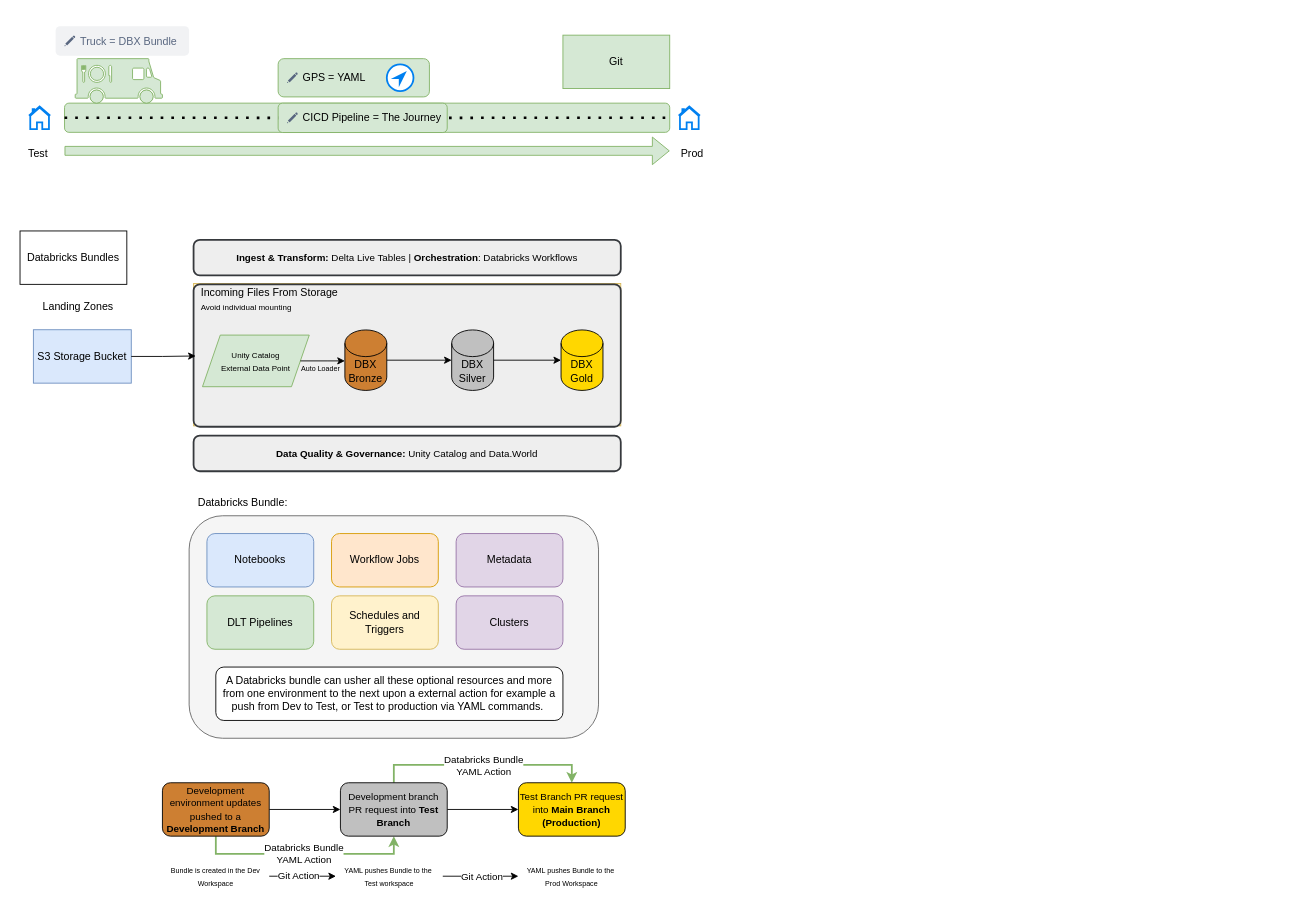
Earlier version of the draw.io diagram page "Bundle Diagram & CICD" (2 of 2) of draw.io/CareConvene.drawio (jadkinsgr/DesignResources). Source tidied: cells renumbered, new cells numbered last; positions are measured from the earlier drawing's top-left corner, leaving out a move shared by most shapes. Both pictures are drawn from the tidied source at 89%, with x=0, y=0 at pixel (15, 26).
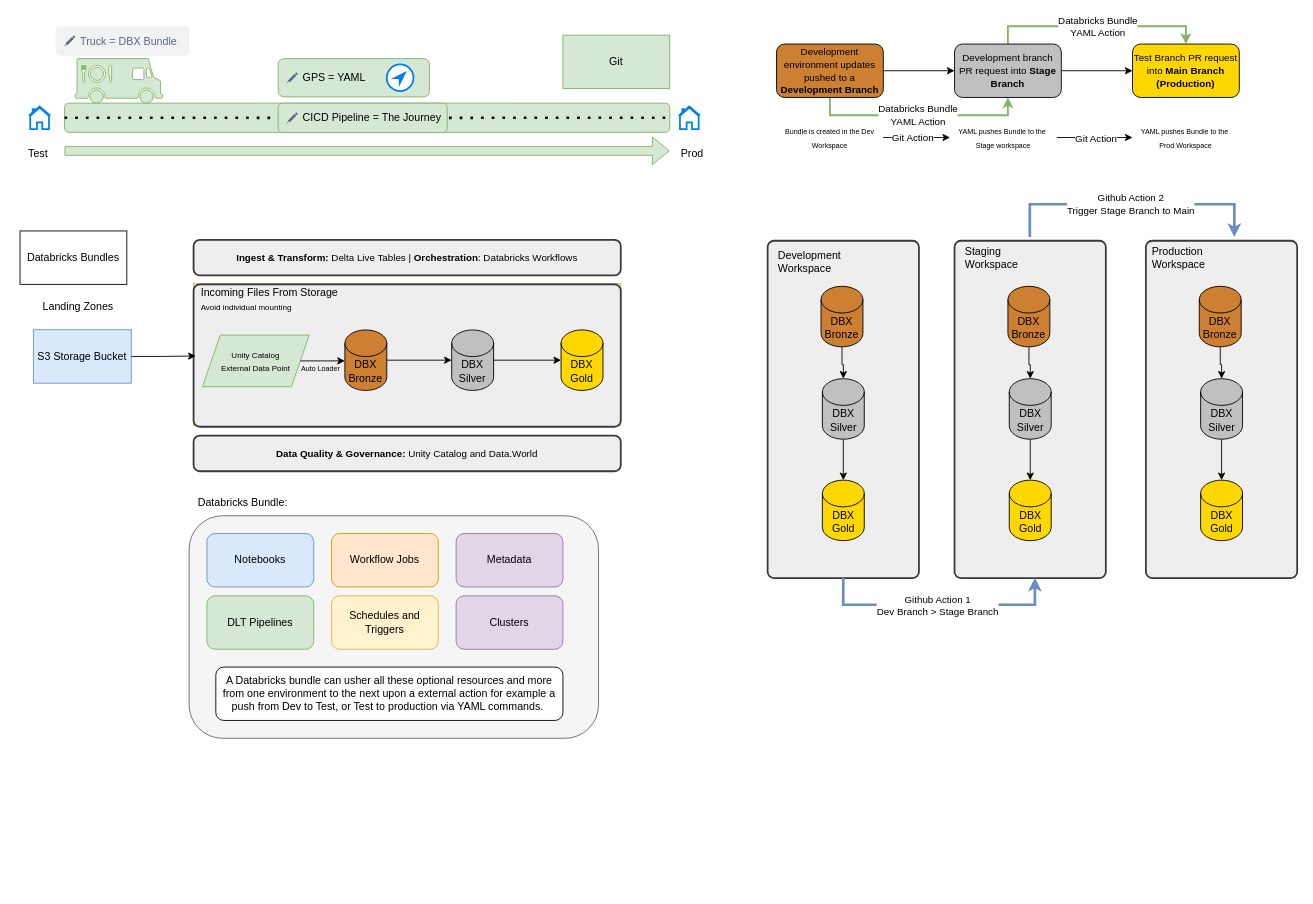
After the change.

Change to the diagram source:
```diff
@@
     <mxCell id="29" style="edgeStyle=orthogonalEdgeStyle;rounded=0;jettySize=auto;html=1;entryX=0.5;entryY=1;entryDx=0;entryDy=0;fillColor=#d5e8d4;strokeColor=#82b366;strokeWidth=2;" parent="1" edge="1" source="31" target="35">
       <mxGeometry relative="1" as="geometry">
         <Array as="points">
-          <mxPoint x="225" y="930" />
-          <mxPoint x="425" y="930" />
+          <mxPoint x="915" y="100" />
+          <mxPoint x="1115" y="100" />
         </Array>
       </mxGeometry>
     </mxCell>
@@
     <mxCell id="31" value="&lt;font style=&quot;font-size: 11px;&quot;&gt;Development environment updates pushed to a &lt;b&gt;Development Branch&lt;/b&gt;&lt;/font&gt;" style="rounded=1;whiteSpace=wrap;html=1;fillColor=light-dark(#CD7F32,#000000);" parent="1" vertex="1">
-      <mxGeometry x="165" y="850" width="120" height="60" as="geometry" />
+      <mxGeometry x="855" y="20" width="120" height="60" as="geometry" />
     </mxCell>
@@
     <mxCell id="33" style="edgeStyle=orthogonalEdgeStyle;rounded=0;jettySize=auto;html=1;entryX=0.5;entryY=0;entryDx=0;entryDy=0;strokeWidth=2;fillColor=#d5e8d4;strokeColor=#82b366;" parent="1" edge="1" source="35" target="36">
       <mxGeometry relative="1" as="geometry">
         <Array as="points">
-          <mxPoint x="425" y="830" />
-          <mxPoint x="625" y="830" />
+          <mxPoint x="1115" />
+          <mxPoint x="1315" />
         </Array>
       </mxGeometry>
     </mxCell>
@@
-    <mxCell id="35" value="&lt;font style=&quot;font-size: 11px;&quot;&gt;Development branch PR request into &lt;b&gt;Test Branch&lt;/b&gt;&lt;/font&gt;" style="whiteSpace=wrap;html=1;rounded=1;fillColor=light-dark(#C0C0C0,#000000);" parent="1" vertex="1">
-      <mxGeometry x="365" y="850" width="120" height="60" as="geometry" />
+    <mxCell id="35" value="&lt;font style=&quot;font-size: 11px;&quot;&gt;Development branch PR request into &lt;b&gt;Stage Branch&lt;/b&gt;&lt;/font&gt;" style="whiteSpace=wrap;html=1;rounded=1;fillColor=light-dark(#C0C0C0,#000000);" parent="1" vertex="1">
+      <mxGeometry x="1055" y="20" width="120" height="60" as="geometry" />
     </mxCell>
     <mxCell id="36" value="&lt;font style=&quot;font-size: 11px;&quot;&gt;Test Branch PR request into &lt;b&gt;Main Branch (Production)&lt;/b&gt;&lt;/font&gt;" style="whiteSpace=wrap;html=1;rounded=1;fillColor=light-dark(#FFD700,#000000);" parent="1" vertex="1">
-      <mxGeometry x="565" y="850" width="120" height="60" as="geometry" />
+      <mxGeometry x="1255" y="20" width="120" height="60" as="geometry" />
     </mxCell>
@@
     <mxCell id="39" value="&lt;font style=&quot;font-size: 8px;&quot;&gt;Bundle is created in the Dev Workspace&lt;/font&gt;" style="text;html=1;align=center;verticalAlign=middle;whiteSpace=wrap;rounded=0;" parent="1" vertex="1">
-      <mxGeometry x="165" y="940" width="120" height="30" as="geometry" />
+      <mxGeometry x="855" y="110" width="120" height="30" as="geometry" />
     </mxCell>
@@
-    <mxCell id="42" value="&lt;font style=&quot;font-size: 8px;&quot;&gt;YAML pushes Bundle to the&amp;nbsp;&lt;br&gt;Test workspace&lt;/font&gt;" style="text;html=1;align=center;verticalAlign=middle;whiteSpace=wrap;rounded=0;" parent="1" vertex="1">
-      <mxGeometry x="360" y="940" width="120" height="30" as="geometry" />
+    <mxCell id="42" value="&lt;font style=&quot;font-size: 8px;&quot;&gt;YAML pushes Bundle to the&amp;nbsp;&lt;br&gt;Stage workspace&lt;/font&gt;" style="text;html=1;align=center;verticalAlign=middle;whiteSpace=wrap;rounded=0;" parent="1" vertex="1">
+      <mxGeometry x="1050" y="110" width="120" height="30" as="geometry" />
     </mxCell>
     <mxCell id="43" value="&lt;font style=&quot;font-size: 8px;&quot;&gt;YAML pushes Bundle to the&amp;nbsp;&lt;br&gt;Prod Workspace&lt;/font&gt;" style="text;html=1;align=center;verticalAlign=middle;whiteSpace=wrap;rounded=0;" parent="1" vertex="1">
-      <mxGeometry x="565" y="940" width="120" height="30" as="geometry" />
+      <mxGeometry x="1255" y="110" width="120" height="30" as="geometry" />
     </mxCell>
@@
+    <mxCell id="61" style="rounded=1;whiteSpace=wrap;html=1;absoluteArcSize=1;arcSize=14;strokeWidth=2;fillColor=#eeeeee;strokeColor=#36393d;" parent="1" vertex="1">
+      <mxGeometry x="845" y="241" width="170" height="379" as="geometry" />
+    </mxCell>
+    <mxCell id="62" style="edgeStyle=orthogonalEdgeStyle;rounded=0;jettySize=auto;html=1;flowAnimation=1;" parent="1" edge="1" source="63" target="65">
+      <mxGeometry relative="1" as="geometry" />
+    </mxCell>
+    <mxCell id="63" value="DBX&lt;br&gt;Bronze" style="shape=cylinder3;whiteSpace=wrap;html=1;boundedLbl=1;backgroundOutline=1;size=15;fillColor=light-dark(#CD7F32,var(--ge-dark-color, #121212));" parent="1" vertex="1">
+      <mxGeometry x="905" y="292.2" width="47.1" height="68" as="geometry" />
+    </mxCell>
+    <mxCell id="64" style="edgeStyle=orthogonalEdgeStyle;rounded=0;jettySize=auto;html=1;flowAnimation=1;" parent="1" edge="1" source="65" target="66">
+      <mxGeometry relative="1" as="geometry" />
+    </mxCell>
+    <mxCell id="65" value="DBX&lt;br&gt;Silver" style="shape=cylinder3;whiteSpace=wrap;html=1;boundedLbl=1;backgroundOutline=1;size=15;fillColor=light-dark(#C0C0C0,var(--ge-dark-color, #121212));" parent="1" vertex="1">
+      <mxGeometry x="906.5" y="396" width="47.1" height="68" as="geometry" />
+    </mxCell>
+    <mxCell id="66" value="DBX&lt;br&gt;Gold" style="shape=cylinder3;whiteSpace=wrap;html=1;boundedLbl=1;backgroundOutline=1;size=15;fillColor=light-dark(#FFD700,var(--ge-dark-color, #121212));" parent="1" vertex="1">
+      <mxGeometry x="906.5" y="510" width="47.1" height="68" as="geometry" />
+    </mxCell>
+    <mxCell id="67" style="rounded=1;whiteSpace=wrap;html=1;absoluteArcSize=1;arcSize=14;strokeWidth=2;fillColor=#eeeeee;strokeColor=#36393d;" parent="1" vertex="1">
+      <mxGeometry x="1055" y="241" width="170" height="379" as="geometry" />
+    </mxCell>
+    <mxCell id="68" style="edgeStyle=orthogonalEdgeStyle;rounded=0;jettySize=auto;html=1;flowAnimation=1;" parent="1" edge="1" source="69" target="71">
+      <mxGeometry relative="1" as="geometry" />
+    </mxCell>
+    <mxCell id="69" value="DBX&lt;br&gt;Bronze" style="shape=cylinder3;whiteSpace=wrap;html=1;boundedLbl=1;backgroundOutline=1;size=15;fillColor=light-dark(#CD7F32,var(--ge-dark-color, #121212));" parent="1" vertex="1">
+      <mxGeometry x="1115" y="292.2" width="47.1" height="68" as="geometry" />
+    </mxCell>
+    <mxCell id="70" style="edgeStyle=orthogonalEdgeStyle;rounded=0;jettySize=auto;html=1;flowAnimation=1;" parent="1" edge="1" source="71" target="72">
+      <mxGeometry relative="1" as="geometry" />
+    </mxCell>
+    <mxCell id="71" value="DBX&lt;br&gt;Silver" style="shape=cylinder3;whiteSpace=wrap;html=1;boundedLbl=1;backgroundOutline=1;size=15;fillColor=light-dark(#C0C0C0,var(--ge-dark-color, #121212));" parent="1" vertex="1">
+      <mxGeometry x="1116.5" y="396" width="47.1" height="68" as="geometry" />
+    </mxCell>
+    <mxCell id="72" value="DBX&lt;br&gt;Gold" style="shape=cylinder3;whiteSpace=wrap;html=1;boundedLbl=1;backgroundOutline=1;size=15;fillColor=light-dark(#FFD700,var(--ge-dark-color, #121212));" parent="1" vertex="1">
+      <mxGeometry x="1116.5" y="510" width="47.1" height="68" as="geometry" />
+    </mxCell>
+    <mxCell id="73" style="rounded=1;whiteSpace=wrap;html=1;absoluteArcSize=1;arcSize=14;strokeWidth=2;fillColor=#eeeeee;strokeColor=#36393d;" parent="1" vertex="1">
+      <mxGeometry x="1270" y="241" width="170" height="379" as="geometry" />
+    </mxCell>
+    <mxCell id="74" style="edgeStyle=orthogonalEdgeStyle;rounded=0;jettySize=auto;html=1;flowAnimation=1;" parent="1" edge="1" source="75" target="77">
+      <mxGeometry relative="1" as="geometry" />
+    </mxCell>
+    <mxCell id="75" value="DBX&lt;br&gt;Bronze" style="shape=cylinder3;whiteSpace=wrap;html=1;boundedLbl=1;backgroundOutline=1;size=15;fillColor=light-dark(#CD7F32,var(--ge-dark-color, #121212));" parent="1" vertex="1">
+      <mxGeometry x="1330" y="292.2" width="47.1" height="68" as="geometry" />
+    </mxCell>
+    <mxCell id="76" style="edgeStyle=orthogonalEdgeStyle;rounded=0;jettySize=auto;html=1;flowAnimation=1;" parent="1" edge="1" source="77" target="78">
+      <mxGeometry relative="1" as="geometry" />
+    </mxCell>
+    <mxCell id="77" value="DBX&lt;br&gt;Silver" style="shape=cylinder3;whiteSpace=wrap;html=1;boundedLbl=1;backgroundOutline=1;size=15;fillColor=light-dark(#C0C0C0,var(--ge-dark-color, #121212));" parent="1" vertex="1">
+      <mxGeometry x="1331.5" y="396" width="47.1" height="68" as="geometry" />
+    </mxCell>
+    <mxCell id="78" value="DBX&lt;br&gt;Gold" style="shape=cylinder3;whiteSpace=wrap;html=1;boundedLbl=1;backgroundOutline=1;size=15;fillColor=light-dark(#FFD700,var(--ge-dark-color, #121212));" parent="1" vertex="1">
+      <mxGeometry x="1331.5" y="510" width="47.1" height="68" as="geometry" />
+    </mxCell>
+    <mxCell id="79" style="edgeStyle=orthogonalEdgeStyle;rounded=0;jettySize=auto;html=1;entryX=0.531;entryY=0.999;entryDx=0;entryDy=0;entryPerimeter=0;exitX=0.5;exitY=1;exitDx=0;exitDy=0;flowAnimation=1;fillColor=#dae8fc;strokeColor=#6c8ebf;strokeWidth=3;" parent="1" edge="1" source="61" target="67">
+      <mxGeometry relative="1" as="geometry">
+        <Array as="points">
+          <mxPoint x="930" y="650" />
+          <mxPoint x="1145" y="650" />
+        </Array>
+      </mxGeometry>
+    </mxCell>
+    <mxCell id="80" value="Github Action 1&lt;br&gt;Dev Branch &amp;gt; Stage Branch" style="edgeLabel;html=1;align=center;verticalAlign=middle;" parent="79" vertex="1">
+      <mxGeometry x="-0.02" relative="1" as="geometry" />
+    </mxCell>
+    <mxCell id="81" style="edgeStyle=orthogonalEdgeStyle;rounded=0;orthogonalLoop=1;jettySize=auto;html=1;entryX=0.58;entryY=-0.014;entryDx=0;entryDy=0;entryPerimeter=0;exitX=0.498;exitY=-0.014;exitDx=0;exitDy=0;exitPerimeter=0;strokeWidth=3;fillColor=#dae8fc;strokeColor=#6c8ebf;flowAnimation=1;" parent="1" edge="1">
+      <mxGeometry relative="1" as="geometry">
+        <mxPoint x="1139.6" y="236.9" as="sourcePoint" />
+        <mxPoint x="1369.4" y="236.9" as="targetPoint" />
+        <Array as="points">
+          <mxPoint x="1140" y="200" />
+          <mxPoint x="1369" y="200" />
+        </Array>
+      </mxGeometry>
+    </mxCell>
+    <mxCell id="82" value="Github Action 2&lt;div&gt;Trigger Stage Branch to Main&lt;/div&gt;" style="edgeLabel;html=1;align=center;verticalAlign=middle;" parent="81" vertex="1">
+      <mxGeometry x="-0.01" y="1" relative="1" as="geometry" />
+    </mxCell>
+    <mxCell id="83" value="Development Workspace" style="text;html=1;whiteSpace=wrap;strokeColor=none;fillColor=none;align=left;verticalAlign=middle;rounded=0;" parent="1" vertex="1">
+      <mxGeometry x="855" y="250" width="60" height="30" as="geometry" />
+    </mxCell>
+    <mxCell id="84" value="Staging&lt;br&gt;Workspace" style="text;html=1;whiteSpace=wrap;strokeColor=none;fillColor=none;align=left;verticalAlign=middle;rounded=0;" parent="1" vertex="1">
+      <mxGeometry x="1065" y="245" width="60" height="30" as="geometry" />
+    </mxCell>
+    <mxCell id="85" value="Production Workspace" style="text;html=1;whiteSpace=wrap;strokeColor=none;fillColor=none;align=left;verticalAlign=middle;rounded=0;" parent="1" vertex="1">
+      <mxGeometry x="1275" y="245" width="60" height="30" as="geometry" />
+    </mxCell>
```
